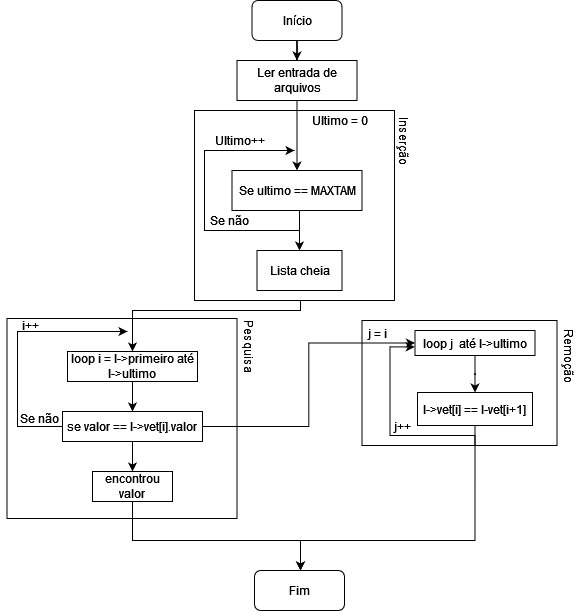
barbrina/aeds-I keeps this draw.io diagram as Tipos de Dados Lista/Exercício 1/Diagrama.png. Above is the earlier version. Source tidied: cells renumbered, new cells last; positions are measured from the earlier drawing's top-left corner, leaving out a move shared by most shapes. Its diagram source:
```xml
<mxGraphModel>
  <root>
    <mxCell id="0" />
    <mxCell id="1" parent="0" />
    <mxCell id="2" style="rounded=0;whiteSpace=wrap;html=1;" parent="1" vertex="1">
      <mxGeometry x="361.5" y="320" width="195" height="125" as="geometry" />
    </mxCell>
    <mxCell id="3" style="rounded=0;whiteSpace=wrap;html=1;" parent="1" vertex="1">
      <mxGeometry x="6.5" y="318" width="230" height="200" as="geometry" />
    </mxCell>
    <mxCell id="4" style="edgeStyle=orthogonalEdgeStyle;rounded=0;jettySize=auto;html=1;" parent="1" edge="1" source="5" target="6">
      <mxGeometry relative="1" as="geometry" />
    </mxCell>
    <mxCell id="5" value="&lt;div&gt;Início&lt;/div&gt;" style="rounded=1;whiteSpace=wrap;html=1;" parent="1" vertex="1">
      <mxGeometry x="251.5" width="90" height="40" as="geometry" />
    </mxCell>
    <mxCell id="6" value="Ler entrada de arquivos" style="rounded=0;whiteSpace=wrap;html=1;" parent="1" vertex="1">
      <mxGeometry x="236.5" y="60" width="120" height="40" as="geometry" />
    </mxCell>
    <mxCell id="7" style="edgeStyle=orthogonalEdgeStyle;rounded=0;jettySize=auto;html=1;entryX=0.5;entryY=0;entryDx=0;entryDy=0;" parent="1" edge="1" target="19">
      <mxGeometry relative="1" as="geometry">
        <mxPoint x="330" y="300" as="sourcePoint" />
        <Array as="points">
          <mxPoint x="300" y="300" />
          <mxPoint x="300" y="310" />
          <mxPoint x="132" y="310" />
        </Array>
      </mxGeometry>
    </mxCell>
    <mxCell id="8" style="rounded=0;whiteSpace=wrap;html=1;" parent="1" vertex="1">
      <mxGeometry x="194" y="110" width="200" height="190" as="geometry" />
    </mxCell>
    <mxCell id="9" style="edgeStyle=orthogonalEdgeStyle;rounded=0;jettySize=auto;html=1;entryX=0.5;entryY=0;entryDx=0;entryDy=0;" parent="1" edge="1" source="11" target="12">
      <mxGeometry relative="1" as="geometry">
        <Array as="points">
          <mxPoint x="299" y="240" />
          <mxPoint x="299" y="240" />
        </Array>
      </mxGeometry>
    </mxCell>
    <mxCell id="10" style="edgeStyle=orthogonalEdgeStyle;rounded=0;jettySize=auto;html=1;" parent="1" edge="1" source="11">
      <mxGeometry relative="1" as="geometry">
        <mxPoint x="294" y="150" as="targetPoint" />
        <Array as="points">
          <mxPoint x="299" y="230" />
          <mxPoint x="204" y="230" />
          <mxPoint x="204" y="150" />
        </Array>
      </mxGeometry>
    </mxCell>
    <mxCell id="11" value="Se ultimo == MAXTAM" style="rounded=0;whiteSpace=wrap;html=1;" parent="1" vertex="1">
      <mxGeometry x="231.5" y="170" width="130" height="40" as="geometry" />
    </mxCell>
    <mxCell id="12" value="Lista cheia" style="rounded=0;whiteSpace=wrap;html=1;" parent="1" vertex="1">
      <mxGeometry x="256.5" y="250" width="85" height="40" as="geometry" />
    </mxCell>
    <mxCell id="13" value="Inserção" style="text;html=1;align=center;verticalAlign=middle;strokeColor=none;fillColor=none;rotation=90;" parent="1" vertex="1">
      <mxGeometry x="374" y="130" width="60" height="20" as="geometry" />
    </mxCell>
    <mxCell id="14" style="edgeStyle=orthogonalEdgeStyle;rounded=0;jettySize=auto;html=1;entryX=0.5;entryY=0;entryDx=0;entryDy=0;" parent="1" edge="1" source="6" target="11">
      <mxGeometry relative="1" as="geometry" />
    </mxCell>
    <mxCell id="15" value="Ultimo = 0" style="text;html=1;align=center;verticalAlign=middle;strokeColor=none;fillColor=none;" parent="1" vertex="1">
      <mxGeometry x="304" y="110" width="70" height="20" as="geometry" />
    </mxCell>
    <mxCell id="16" value="Ultimo++" style="text;html=1;align=center;verticalAlign=middle;strokeColor=none;fillColor=none;" parent="1" vertex="1">
      <mxGeometry x="204" y="130" width="70" height="20" as="geometry" />
    </mxCell>
    <mxCell id="17" value="Se não" style="text;html=1;align=center;verticalAlign=middle;strokeColor=none;fillColor=none;" parent="1" vertex="1">
      <mxGeometry x="204" y="210" width="50" height="20" as="geometry" />
    </mxCell>
    <mxCell id="18" style="edgeStyle=orthogonalEdgeStyle;rounded=0;jettySize=auto;html=1;" parent="1" edge="1" source="19">
      <mxGeometry relative="1" as="geometry">
        <mxPoint x="132" y="411" as="targetPoint" />
      </mxGeometry>
    </mxCell>
    <mxCell id="19" value="loop i = l-&amp;gt;primeiro até l-&amp;gt;ultimo" style="rounded=0;whiteSpace=wrap;html=1;" parent="1" vertex="1">
      <mxGeometry x="67" y="351" width="130" height="30" as="geometry" />
    </mxCell>
    <mxCell id="20" style="edgeStyle=orthogonalEdgeStyle;rounded=0;jettySize=auto;html=1;" parent="1" edge="1" source="22">
      <mxGeometry relative="1" as="geometry">
        <mxPoint x="127" y="331" as="targetPoint" />
        <Array as="points">
          <mxPoint x="17" y="426" />
          <mxPoint x="17" y="331" />
        </Array>
      </mxGeometry>
    </mxCell>
    <mxCell id="21" style="edgeStyle=orthogonalEdgeStyle;rounded=0;jettySize=auto;html=1;" parent="1" edge="1" source="22" target="23">
      <mxGeometry relative="1" as="geometry" />
    </mxCell>
    <mxCell id="22" value="&lt;div&gt;se valor == l-&amp;gt;vet[i].valor&lt;/div&gt;" style="rounded=0;whiteSpace=wrap;html=1;" parent="1" vertex="1">
      <mxGeometry x="62" y="411" width="140" height="30" as="geometry" />
    </mxCell>
    <mxCell id="23" value="encontrou valor" style="rounded=0;whiteSpace=wrap;html=1;" parent="1" vertex="1">
      <mxGeometry x="92" y="471" width="80" height="30" as="geometry" />
    </mxCell>
    <mxCell id="24" value="Pesquisa" style="text;html=1;align=center;verticalAlign=middle;strokeColor=none;fillColor=none;rotation=90;" parent="1" vertex="1">
      <mxGeometry x="214" y="336" width="70" height="20" as="geometry" />
    </mxCell>
    <mxCell id="25" value="i++" style="text;html=1;strokeColor=none;fillColor=none;align=center;verticalAlign=middle;whiteSpace=wrap;rounded=0;" parent="1" vertex="1">
      <mxGeometry y="310" width="60" height="30" as="geometry" />
    </mxCell>
    <mxCell id="26" value="Se não" style="text;html=1;align=center;verticalAlign=middle;strokeColor=none;fillColor=none;" parent="1" vertex="1">
      <mxGeometry x="14" y="408" width="50" height="20" as="geometry" />
    </mxCell>
    <mxCell id="27" value="Remoção" style="text;html=1;align=center;verticalAlign=middle;strokeColor=none;fillColor=none;rotation=90;" parent="1" vertex="1">
      <mxGeometry x="534.5" y="345" width="70" height="20" as="geometry" />
    </mxCell>
    <mxCell id="28" value="Fim" style="rounded=1;whiteSpace=wrap;html=1;" parent="1" vertex="1">
      <mxGeometry x="254" y="570" width="90" height="40" as="geometry" />
    </mxCell>
    <mxCell id="29" value="j = i" style="text;html=1;align=center;verticalAlign=middle;strokeColor=none;fillColor=none;" parent="1" vertex="1">
      <mxGeometry x="361.5" y="323" width="30" height="20" as="geometry" />
    </mxCell>
    <mxCell id="30" style="edgeStyle=orthogonalEdgeStyle;rounded=0;jettySize=auto;html=1;" parent="1" edge="1" source="31" target="33">
      <mxGeometry relative="1" as="geometry" />
    </mxCell>
    <mxCell id="31" value="loop j&amp;nbsp; até l-&amp;gt;ultimo" style="rounded=0;whiteSpace=wrap;html=1;" parent="1" vertex="1">
      <mxGeometry x="414.5" y="330" width="120" height="25" as="geometry" />
    </mxCell>
    <mxCell id="32" style="edgeStyle=orthogonalEdgeStyle;rounded=0;jettySize=auto;html=1;entryX=0;entryY=0.5;entryDx=0;entryDy=0;exitX=1;exitY=0.5;exitDx=0;exitDy=0;" parent="1" edge="1" source="22" target="31">
      <mxGeometry relative="1" as="geometry" />
    </mxCell>
    <mxCell id="33" value="l-&amp;gt;vet[i] == l-vet[i+1]" style="whiteSpace=wrap;html=1;rounded=0;" parent="1" vertex="1">
      <mxGeometry x="417" y="392" width="115" height="33" as="geometry" />
    </mxCell>
    <mxCell id="34" style="edgeStyle=orthogonalEdgeStyle;rounded=0;jettySize=auto;html=1;exitX=0.5;exitY=1;exitDx=0;exitDy=0;" parent="1" edge="1" source="23">
      <mxGeometry relative="1" as="geometry">
        <mxPoint x="300" y="570" as="targetPoint" />
        <Array as="points">
          <mxPoint x="132" y="540" />
          <mxPoint x="300" y="540" />
        </Array>
      </mxGeometry>
    </mxCell>
    <mxCell id="35" style="edgeStyle=orthogonalEdgeStyle;rounded=0;jettySize=auto;html=1;" parent="1" edge="1" source="33">
      <mxGeometry relative="1" as="geometry">
        <mxPoint x="300" y="570" as="targetPoint" />
        <Array as="points">
          <mxPoint x="475" y="540" />
          <mxPoint x="300" y="540" />
        </Array>
      </mxGeometry>
    </mxCell>
    <mxCell id="36" style="edgeStyle=orthogonalEdgeStyle;rounded=0;jettySize=auto;html=1;entryX=-0.002;entryY=0.657;entryDx=0;entryDy=0;entryPerimeter=0;" parent="1" edge="1" target="31">
      <mxGeometry relative="1" as="geometry">
        <mxPoint x="474.5" y="445" as="sourcePoint" />
        <Array as="points">
          <mxPoint x="474.5" y="435" />
          <mxPoint x="389.5" y="435" />
          <mxPoint x="389.5" y="346" />
        </Array>
      </mxGeometry>
    </mxCell>
    <mxCell id="37" value="j++" style="text;html=1;align=center;verticalAlign=middle;strokeColor=none;fillColor=none;" parent="1" vertex="1">
      <mxGeometry x="387" y="416" width="30" height="20" as="geometry" />
    </mxCell>
  </root>
</mxGraphModel>
```
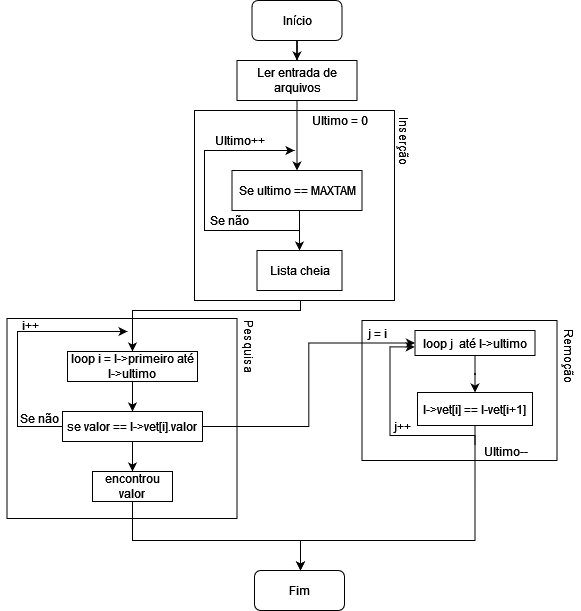
After the commit.

Diff of the diagram source:
```diff
@@ -3,7 +3,7 @@
     <mxCell id="0" />
     <mxCell id="1" parent="0" />
     <mxCell id="2" style="rounded=0;whiteSpace=wrap;html=1;" parent="1" vertex="1">
-      <mxGeometry x="361.5" y="320" width="195" height="125" as="geometry" />
+      <mxGeometry x="361.5" y="320" width="195" height="140" as="geometry" />
     </mxCell>
     <mxCell id="3" style="rounded=0;whiteSpace=wrap;html=1;" parent="1" vertex="1">
       <mxGeometry x="6.5" y="318" width="230" height="200" as="geometry" />
@@ -156,5 +156,8 @@
     <mxCell id="37" value="j++" style="text;html=1;align=center;verticalAlign=middle;strokeColor=none;fillColor=none;" parent="1" vertex="1">
       <mxGeometry x="387" y="416" width="30" height="20" as="geometry" />
     </mxCell>
+    <mxCell id="38" value="Ultimo--" style="text;html=1;align=center;verticalAlign=middle;strokeColor=none;fillColor=none;" parent="1" vertex="1">
+      <mxGeometry x="474.5" y="441" width="60" height="20" as="geometry" />
+    </mxCell>
   </root>
 </mxGraphModel>
```
